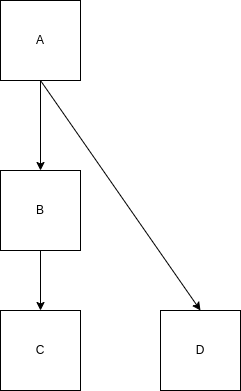
mrc-ide/outpack-r keeps this draw.io diagram as vignettes/images/dependency_multiple.png. Above is the earlier version. Source tidied: cells renumbered, new cells last; positions are measured from the earlier drawing's top-left corner, leaving out a move shared by most shapes.
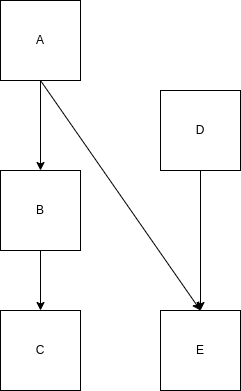
Later version of the same file.

Change to the diagram source:
```diff
@@ -21,11 +21,17 @@
     <mxCell id="6" style="edgeStyle=orthogonalEdgeStyle;rounded=0;jettySize=auto;html=1;endArrow=none;endFill=0;entryX=0.5;entryY=1;entryDx=0;entryDy=0;startArrow=classic;startFill=1;exitX=0.5;exitY=0;exitDx=0;exitDy=0;" parent="1" edge="1" source="5" target="4">
       <mxGeometry relative="1" as="geometry" />
     </mxCell>
-    <mxCell id="7" value="D" style="whiteSpace=wrap;html=1;" parent="1" vertex="1">
+    <mxCell id="7" value="E" style="whiteSpace=wrap;html=1;" parent="1" vertex="1">
       <mxGeometry x="160" y="310" width="80" height="80" as="geometry" />
     </mxCell>
     <mxCell id="8" style="rounded=0;jettySize=auto;html=1;endArrow=none;endFill=0;exitX=0.5;exitY=0;exitDx=0;exitDy=0;entryX=0.5;entryY=1;entryDx=0;entryDy=0;startArrow=classic;startFill=1;" parent="1" edge="1" source="7" target="3">
       <mxGeometry relative="1" as="geometry" />
     </mxCell>
+    <mxCell id="9" value="D" style="whiteSpace=wrap;html=1;" parent="1" vertex="1">
+      <mxGeometry x="160" y="90" width="80" height="80" as="geometry" />
+    </mxCell>
+    <mxCell id="10" style="rounded=0;jettySize=auto;html=1;endArrow=none;endFill=0;exitX=0.5;exitY=0;exitDx=0;exitDy=0;entryX=0.5;entryY=1;entryDx=0;entryDy=0;startArrow=classic;startFill=1;" parent="1" edge="1" source="7" target="9">
+      <mxGeometry relative="1" as="geometry" />
+    </mxCell>
   </root>
 </mxGraphModel>
```
